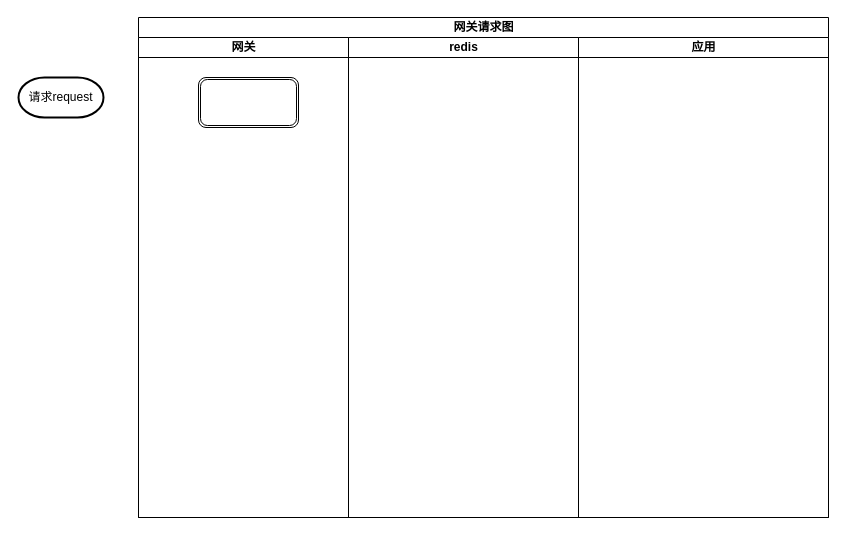
This is 教育网关图.drawio from liangdengming/diagrams, a draw.io file, before an edit. Source tidied: cells renumbered, new cells numbered last; positions are measured from the earlier drawing's top-left corner, leaving out a move shared by most shapes. Both pictures are drawn from the tidied source at 100%, with x=0, y=0 at pixel (18, 17).
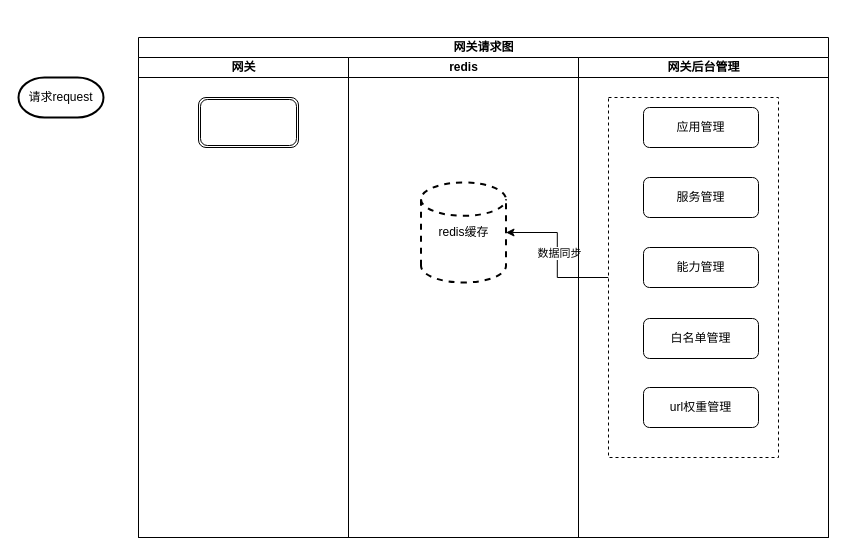
After the change.

Commit message (it also covers changes not shown here):
更新教育网关图.drawio

Diff of the diagram source:
```diff
@@
 <mxGraphModel>
   <root>
     <mxCell id="0" />
     <mxCell id="1" parent="0" />
     <mxCell id="2" value="网关请求图" style="swimlane;startSize=20;html=1;" parent="1" vertex="1">
-      <mxGeometry x="120" width="690" height="500" as="geometry" />
+      <mxGeometry x="120" y="20" width="690" height="500" as="geometry" />
     </mxCell>
     <mxCell id="3" value="网关" style="swimlane;startSize=20;html=1;" parent="2" vertex="1">
       <mxGeometry y="20" width="210" height="480" as="geometry" />
     </mxCell>
     <mxCell id="4" style="shape=ext;double=1;rounded=1;whiteSpace=wrap;html=1;" parent="3" vertex="1">
       <mxGeometry x="60" y="40" width="100" height="50" as="geometry" />
     </mxCell>
     <mxCell id="5" value="redis" style="swimlane;startSize=20;html=1;" parent="2" vertex="1">
       <mxGeometry x="210" y="20" width="230" height="480" as="geometry" />
     </mxCell>
+    <mxCell id="8" value="redis缓存" style="strokeWidth=2;html=1;shape=mxgraph.flowchart.database;whiteSpace=wrap;dashed=1;" parent="5" vertex="1">
+      <mxGeometry x="72.5" y="125" width="85" height="100" as="geometry" />
+    </mxCell>
+    <mxCell id="9" style="edgeStyle=orthogonalEdgeStyle;rounded=0;jettySize=auto;html=1;exitX=0;exitY=0.5;exitDx=0;exitDy=0;" parent="2" edge="1" source="11" target="8">
+      <mxGeometry relative="1" as="geometry" />
+    </mxCell>
+    <mxCell id="10" value="数据同步" style="edgeLabel;html=1;align=center;verticalAlign=middle;" parent="9" vertex="1">
+      <mxGeometry x="0.03" y="-2" relative="1" as="geometry" />
+    </mxCell>
-    <mxCell id="6" value="应用" style="swimlane;startSize=20;html=1;" parent="2" vertex="1">
+    <mxCell id="6" value="网关后台管理" style="swimlane;startSize=20;html=1;" parent="2" vertex="1">
       <mxGeometry x="440" y="20" width="250" height="480" as="geometry" />
     </mxCell>
+    <mxCell id="11" style="rounded=0;whiteSpace=wrap;html=1;dashed=1;" parent="6" vertex="1">
+      <mxGeometry x="30" y="40" width="170" height="360" as="geometry" />
+    </mxCell>
+    <mxCell id="12" value="应用管理" style="rounded=1;whiteSpace=wrap;html=1;" parent="6" vertex="1">
+      <mxGeometry x="65" y="50" width="115" height="40" as="geometry" />
+    </mxCell>
+    <mxCell id="13" value="服务管理" style="rounded=1;whiteSpace=wrap;html=1;" parent="6" vertex="1">
+      <mxGeometry x="65" y="120" width="115" height="40" as="geometry" />
+    </mxCell>
+    <mxCell id="14" value="能力管理" style="rounded=1;whiteSpace=wrap;html=1;" parent="6" vertex="1">
+      <mxGeometry x="65" y="190" width="115" height="40" as="geometry" />
+    </mxCell>
+    <mxCell id="15" value="白名单管理" style="rounded=1;whiteSpace=wrap;html=1;" parent="6" vertex="1">
+      <mxGeometry x="65" y="261" width="115" height="40" as="geometry" />
+    </mxCell>
+    <mxCell id="16" value="url权重管理" style="rounded=1;whiteSpace=wrap;html=1;" parent="6" vertex="1">
+      <mxGeometry x="65" y="330" width="115" height="40" as="geometry" />
+    </mxCell>
     <mxCell id="7" value="请求request" style="strokeWidth=2;html=1;shape=mxgraph.flowchart.terminator;whiteSpace=wrap;" parent="1" vertex="1">
       <mxGeometry y="60" width="85" height="40" as="geometry" />
     </mxCell>
   </root>
 </mxGraphModel>
```
